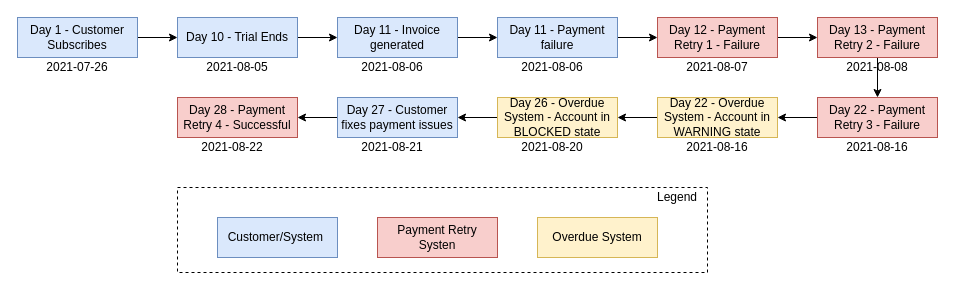
Before: page "flow3" (3 of 5) of userguide/assets/img/overdue/overdue.drawio in killbill/killbill-docs, a draw.io diagram. Source tidied: cells renumbered, new cells numbered last; positions are measured from the earlier drawing's top-left corner, leaving out a move shared by most shapes. Both pictures are drawn from the tidied source at 100%, with x=0, y=0 at pixel (17, 17).
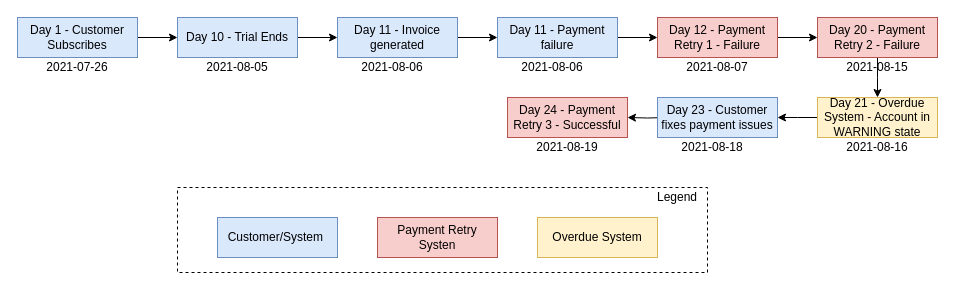
The same diagram, later.

What changed in the source:
```diff
@@
-    <mxCell id="8" style="edgeStyle=orthogonalEdgeStyle;rounded=0;jettySize=auto;html=1;entryX=0.5;entryY=0;entryDx=0;entryDy=0;" parent="1" edge="1" source="9" target="11">
-      <mxGeometry relative="1" as="geometry" />
+    <mxCell id="8" style="edgeStyle=orthogonalEdgeStyle;rounded=0;jettySize=auto;html=1;entryX=0.5;entryY=0;entryDx=0;entryDy=0;" parent="1" edge="1" source="9">
+      <mxGeometry relative="1" as="geometry">
+        <mxPoint x="860" y="80" as="targetPoint" />
+      </mxGeometry>
     </mxCell>
-    <mxCell id="9" value="Day 13 - Payment Retry 2 - Failure" style="rounded=0;whiteSpace=wrap;html=1;fillColor=#f8cecc;strokeColor=#b85450;" parent="1" vertex="1">
+    <mxCell id="9" value="Day 20 - Payment Retry 2 - Failure" style="rounded=0;whiteSpace=wrap;html=1;fillColor=#f8cecc;strokeColor=#b85450;" parent="1" vertex="1">
       <mxGeometry x="800" width="120" height="40" as="geometry" />
     </mxCell>
-    <mxCell id="10" style="edgeStyle=orthogonalEdgeStyle;rounded=0;jettySize=auto;html=1;entryX=1;entryY=0.5;entryDx=0;entryDy=0;" parent="1" edge="1" source="11" target="21">
-      <mxGeometry relative="1" as="geometry" />
-    </mxCell>
-    <mxCell id="11" value="Day 22 - Payment Retry 3 - Failure" style="rounded=0;whiteSpace=wrap;html=1;fillColor=#f8cecc;strokeColor=#b85450;" parent="1" vertex="1">
-      <mxGeometry x="800" y="80" width="120" height="40" as="geometry" />
-    </mxCell>
@@
-    <mxCell id="18" value="2021-08-08" style="text;html=1;strokeColor=none;fillColor=none;align=center;verticalAlign=middle;whiteSpace=wrap;rounded=0;" parent="1" vertex="1">
+    <mxCell id="18" value="2021-08-15" style="text;html=1;strokeColor=none;fillColor=none;align=center;verticalAlign=middle;whiteSpace=wrap;rounded=0;" parent="1" vertex="1">
       <mxGeometry x="815" y="40" width="90" height="20" as="geometry" />
     </mxCell>
-    <mxCell id="19" value="2021-08-16" style="text;html=1;strokeColor=none;fillColor=none;align=center;verticalAlign=middle;whiteSpace=wrap;rounded=0;" parent="1" vertex="1">
-      <mxGeometry x="815" y="120" width="90" height="20" as="geometry" />
-    </mxCell>
-    <mxCell id="20" style="edgeStyle=orthogonalEdgeStyle;rounded=0;jettySize=auto;html=1;entryX=1;entryY=0.5;entryDx=0;entryDy=0;" parent="1" edge="1" source="21" target="24">
-      <mxGeometry relative="1" as="geometry" />
+    <mxCell id="20" style="edgeStyle=orthogonalEdgeStyle;rounded=0;jettySize=auto;html=1;" parent="1" edge="1" source="21">
+      <mxGeometry relative="1" as="geometry">
+        <mxPoint x="760" y="100" as="targetPoint" />
+      </mxGeometry>
     </mxCell>
-    <mxCell id="21" value="Day 22 - Overdue System - Account in WARNING state" style="rounded=0;whiteSpace=wrap;html=1;fillColor=#fff2cc;strokeColor=#d6b656;" parent="1" vertex="1">
-      <mxGeometry x="640" y="80" width="120" height="40" as="geometry" />
+    <mxCell id="21" value="Day 21 - Overdue System - Account in WARNING state" style="rounded=0;whiteSpace=wrap;html=1;fillColor=#fff2cc;strokeColor=#d6b656;" parent="1" vertex="1">
+      <mxGeometry x="800" y="80" width="120" height="40" as="geometry" />
     </mxCell>
     <mxCell id="22" value="2021-08-16" style="text;html=1;strokeColor=none;fillColor=none;align=center;verticalAlign=middle;whiteSpace=wrap;rounded=0;" parent="1" vertex="1">
-      <mxGeometry x="655" y="120" width="90" height="20" as="geometry" />
+      <mxGeometry x="815" y="120" width="90" height="20" as="geometry" />
     </mxCell>
-    <mxCell id="23" style="edgeStyle=orthogonalEdgeStyle;rounded=0;jettySize=auto;html=1;entryX=1;entryY=0.5;entryDx=0;entryDy=0;" parent="1" edge="1" source="24" target="27">
-      <mxGeometry relative="1" as="geometry" />
-    </mxCell>
-    <mxCell id="24" value="Day 26 - Overdue System - Account in BLOCKED state" style="rounded=0;whiteSpace=wrap;html=1;fillColor=#fff2cc;strokeColor=#d6b656;" parent="1" vertex="1">
-      <mxGeometry x="480" y="80" width="120" height="40" as="geometry" />
-    </mxCell>
-    <mxCell id="25" value="2021-08-20" style="text;html=1;strokeColor=none;fillColor=none;align=center;verticalAlign=middle;whiteSpace=wrap;rounded=0;" parent="1" vertex="1">
-      <mxGeometry x="490" y="120" width="90" height="20" as="geometry" />
+    <mxCell id="25" value="2021-08-18" style="text;html=1;strokeColor=none;fillColor=none;align=center;verticalAlign=middle;whiteSpace=wrap;rounded=0;" parent="1" vertex="1">
+      <mxGeometry x="650" y="120" width="90" height="20" as="geometry" />
     </mxCell>
-    <mxCell id="26" style="edgeStyle=orthogonalEdgeStyle;rounded=0;jettySize=auto;html=1;entryX=1;entryY=0.5;entryDx=0;entryDy=0;" parent="1" edge="1" source="27" target="29">
-      <mxGeometry relative="1" as="geometry" />
+    <mxCell id="26" style="edgeStyle=orthogonalEdgeStyle;rounded=0;jettySize=auto;html=1;entryX=1;entryY=0.5;entryDx=0;entryDy=0;" parent="1" edge="1" target="29">
+      <mxGeometry relative="1" as="geometry">
+        <mxPoint x="650" y="100" as="sourcePoint" />
+      </mxGeometry>
     </mxCell>
-    <mxCell id="27" value="Day 27 - Customer fixes payment issues" style="rounded=0;whiteSpace=wrap;html=1;fillColor=#dae8fc;strokeColor=#6c8ebf;" parent="1" vertex="1">
-      <mxGeometry x="320" y="80" width="120" height="40" as="geometry" />
-    </mxCell>
-    <mxCell id="28" value="2021-08-21" style="text;html=1;strokeColor=none;fillColor=none;align=center;verticalAlign=middle;whiteSpace=wrap;rounded=0;" parent="1" vertex="1">
-      <mxGeometry x="330" y="120" width="90" height="20" as="geometry" />
-    </mxCell>
-    <mxCell id="29" value="Day 28 - Payment Retry 4 - Successful" style="rounded=0;whiteSpace=wrap;html=1;fillColor=#f8cecc;strokeColor=#b85450;" parent="1" vertex="1">
-      <mxGeometry x="160" y="80" width="120" height="40" as="geometry" />
+    <mxCell id="29" value="Day 24 - Payment Retry 3 - Successful" style="rounded=0;whiteSpace=wrap;html=1;fillColor=#f8cecc;strokeColor=#b85450;" parent="1" vertex="1">
+      <mxGeometry x="490" y="80" width="120" height="40" as="geometry" />
     </mxCell>
-    <mxCell id="30" value="2021-08-22" style="text;html=1;strokeColor=none;fillColor=none;align=center;verticalAlign=middle;whiteSpace=wrap;rounded=0;" parent="1" vertex="1">
-      <mxGeometry x="170" y="120" width="90" height="20" as="geometry" />
-    </mxCell>
@@
+    <mxCell id="40" value="2021-08-19" style="text;html=1;strokeColor=none;fillColor=none;align=center;verticalAlign=middle;whiteSpace=wrap;rounded=0;" parent="1" vertex="1">
+      <mxGeometry x="505" y="120" width="90" height="20" as="geometry" />
+    </mxCell>
+    <mxCell id="41" value="Day 23 - Customer fixes payment issues" style="rounded=0;whiteSpace=wrap;html=1;fillColor=#dae8fc;strokeColor=#6c8ebf;" parent="1" vertex="1">
+      <mxGeometry x="640" y="80" width="120" height="40" as="geometry" />
+    </mxCell>
```
